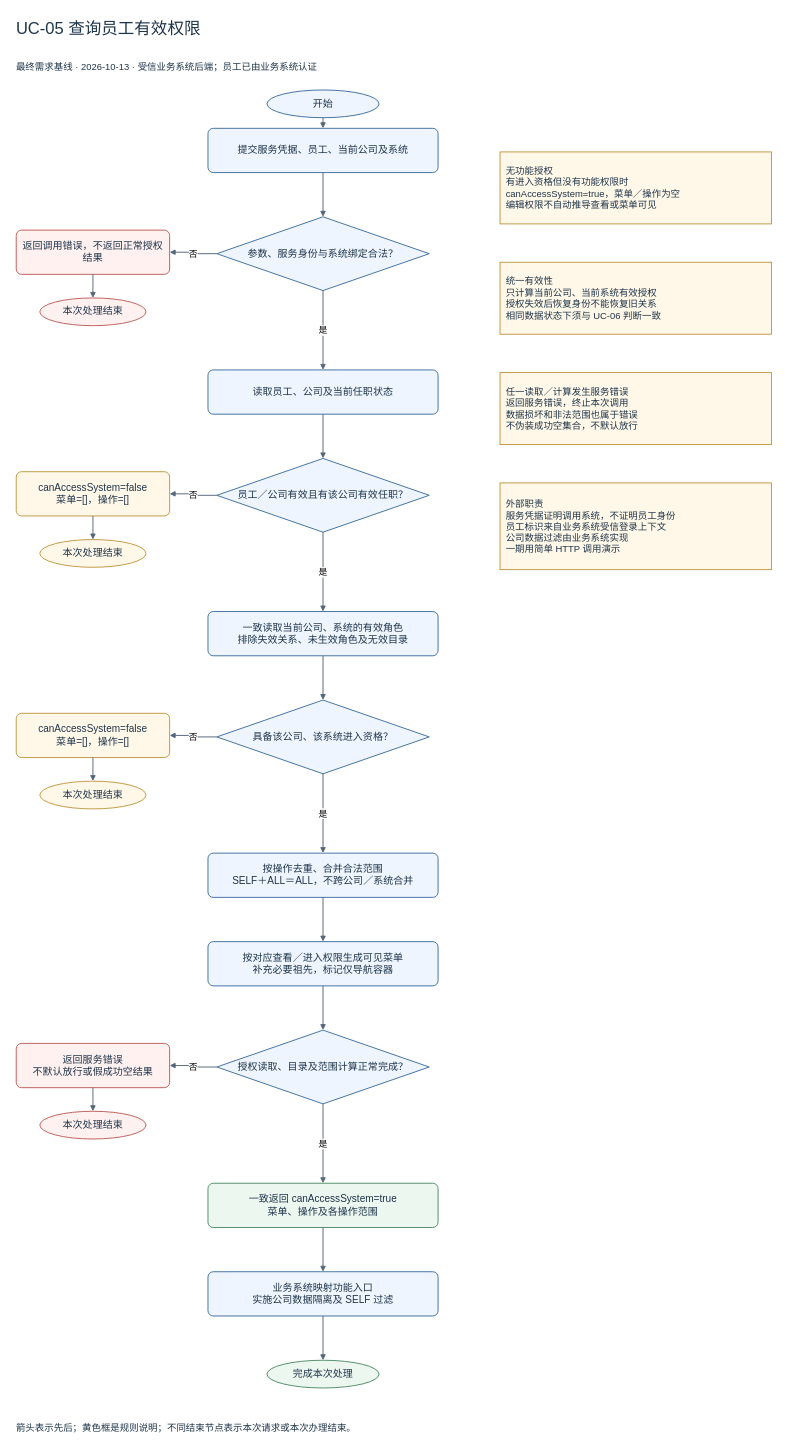
The draw.io diagram docs/按用例分类/UC-05_查询员工有效权限/UC-05_查询员工有效权限_流程图.drawio in Noah-hope/RBAC-admin, before the edit. Source tidied: cells renumbered, new cells numbered last; positions are measured from the earlier drawing's top-left corner, leaving out a move shared by most shapes. Both pictures are drawn from the tidied source at 59%, with x=0, y=0 at pixel (10, 10).
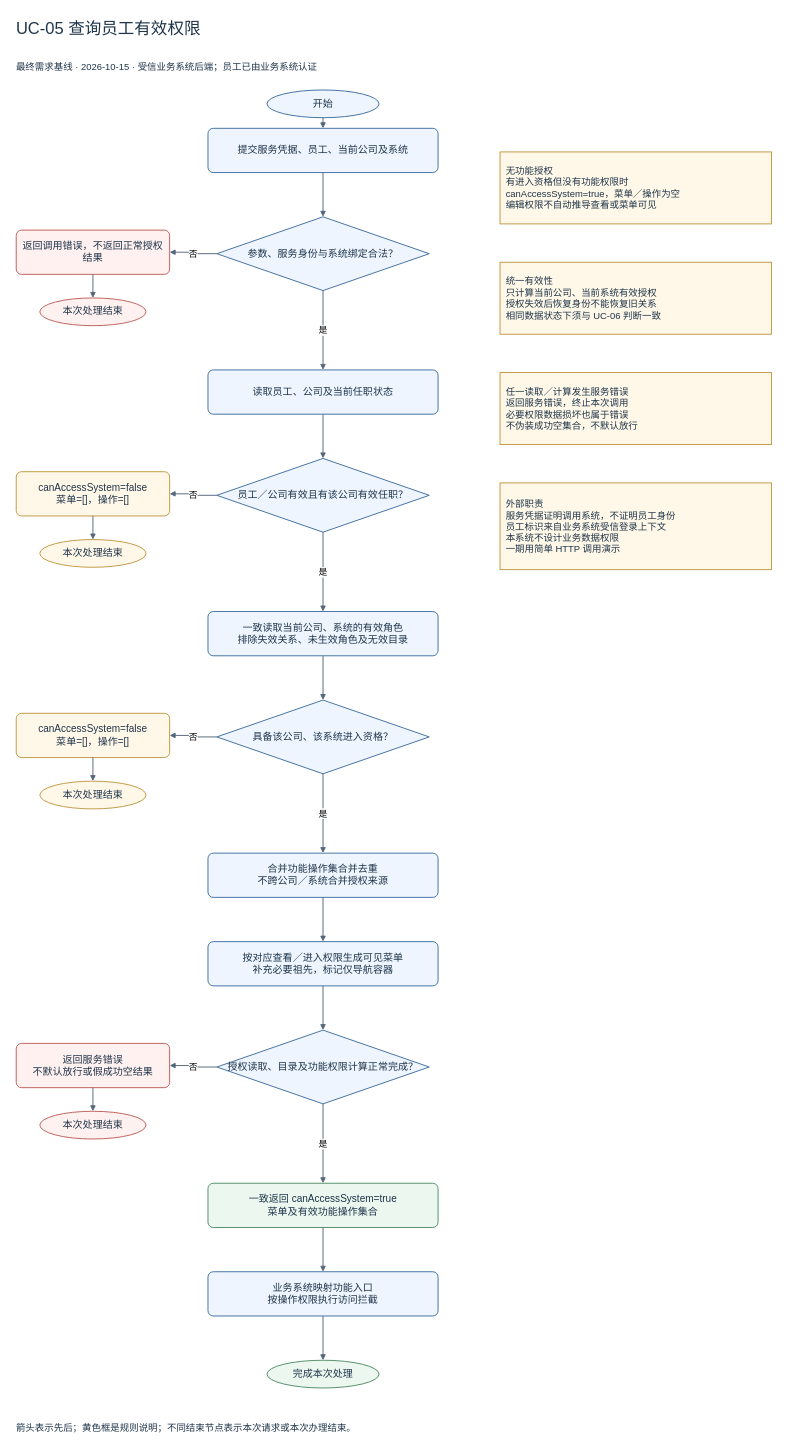
After the change.

Change to the diagram source:
```diff
@@
-    <mxCell id="3" value="最终需求基线 · 2026-10-13 · 受信业务系统后端；员工已由业务系统认证" style="text;html=1;whiteSpace=wrap;fontFamily=Microsoft YaHei;fontSize=17;fontColor=#1e3449;align=center;verticalAlign=middle;spacing=10;fillColor=#eef5ff;strokeColor=#32649a;strokeWidth=1.5;fillColor=none;strokeColor=none;align=left;fontSize=16;" parent="1" vertex="1">
+    <mxCell id="3" value="最终需求基线 · 2026-10-15 · 受信业务系统后端；员工已由业务系统认证" style="text;html=1;whiteSpace=wrap;fontFamily=Microsoft YaHei;fontSize=17;fontColor=#1e3449;align=center;verticalAlign=middle;spacing=10;fillColor=#eef5ff;strokeColor=#32649a;strokeWidth=1.5;fillColor=none;strokeColor=none;align=left;fontSize=16;" parent="1" vertex="1">
       <mxGeometry y="70" width="1320" height="50" as="geometry" />
     </mxCell>
@@
-    <mxCell id="17" value="按操作去重、合并合法范围&lt;br&gt;SELF＋ALL＝ALL，不跨公司／系统合并" style="rounded=1;arcSize=12;html=1;whiteSpace=wrap;fontFamily=Microsoft YaHei;fontSize=17;fontColor=#1e3449;align=center;verticalAlign=middle;spacing=10;fillColor=#eef5ff;strokeColor=#32649a;strokeWidth=1.5;" parent="1" vertex="1">
+    <mxCell id="17" value="合并功能操作集合并去重&lt;br&gt;不跨公司／系统合并授权来源" style="rounded=1;arcSize=12;html=1;whiteSpace=wrap;fontFamily=Microsoft YaHei;fontSize=17;fontColor=#1e3449;align=center;verticalAlign=middle;spacing=10;fillColor=#eef5ff;strokeColor=#32649a;strokeWidth=1.5;" parent="1" vertex="1">
       <mxGeometry x="335" y="1428.5" width="390" height="75" as="geometry" />
     </mxCell>
@@
-    <mxCell id="19" value="授权读取、目录及范围计算正常完成？" style="rhombus;html=1;whiteSpace=wrap;fontFamily=Microsoft YaHei;fontSize=17;fontColor=#1e3449;align=center;verticalAlign=middle;spacing=10;fillColor=#eef5ff;strokeColor=#32649a;strokeWidth=1.5;" parent="1" vertex="1">
+    <mxCell id="19" value="授权读取、目录及功能权限计算正常完成？" style="rhombus;html=1;whiteSpace=wrap;fontFamily=Microsoft YaHei;fontSize=17;fontColor=#1e3449;align=center;verticalAlign=middle;spacing=10;fillColor=#eef5ff;strokeColor=#32649a;strokeWidth=1.5;" parent="1" vertex="1">
       <mxGeometry x="350" y="1728.5" width="360" height="125" as="geometry" />
     </mxCell>
@@
-    <mxCell id="22" value="一致返回 canAccessSystem=true&lt;br&gt;菜单、操作及各操作范围" style="rounded=1;arcSize=12;html=1;whiteSpace=wrap;fontFamily=Microsoft YaHei;fontSize=17;fontColor=#1e3449;align=center;verticalAlign=middle;spacing=10;fillColor=#ecf7ef;strokeColor=#44855e;strokeWidth=1.5;" parent="1" vertex="1">
+    <mxCell id="22" value="一致返回 canAccessSystem=true&lt;br&gt;菜单及有效功能操作集合" style="rounded=1;arcSize=12;html=1;whiteSpace=wrap;fontFamily=Microsoft YaHei;fontSize=17;fontColor=#1e3449;align=center;verticalAlign=middle;spacing=10;fillColor=#ecf7ef;strokeColor=#44855e;strokeWidth=1.5;" parent="1" vertex="1">
       <mxGeometry x="335" y="1988" width="390" height="75" as="geometry" />
     </mxCell>
-    <mxCell id="23" value="业务系统映射功能入口&lt;br&gt;实施公司数据隔离及 SELF 过滤" style="rounded=1;arcSize=12;html=1;whiteSpace=wrap;fontFamily=Microsoft YaHei;fontSize=17;fontColor=#1e3449;align=center;verticalAlign=middle;spacing=10;fillColor=#eef5ff;strokeColor=#32649a;strokeWidth=1.5;" parent="1" vertex="1">
+    <mxCell id="23" value="业务系统映射功能入口&lt;br&gt;按操作权限执行访问拦截" style="rounded=1;arcSize=12;html=1;whiteSpace=wrap;fontFamily=Microsoft YaHei;fontSize=17;fontColor=#1e3449;align=center;verticalAlign=middle;spacing=10;fillColor=#eef5ff;strokeColor=#32649a;strokeWidth=1.5;" parent="1" vertex="1">
       <mxGeometry x="335" y="2138" width="390" height="75" as="geometry" />
     </mxCell>
@@
-    <mxCell id="27" value="任一读取／计算发生服务错误&lt;br&gt;返回服务错误，终止本次调用&lt;br&gt;数据损坏和非法范围也属于错误&lt;br&gt;不伪装成功空集合，不默认放行" style="rounded=0;html=1;whiteSpace=wrap;fontFamily=Microsoft YaHei;fontSize=17;fontColor=#1e3449;align=center;verticalAlign=middle;spacing=10;fillColor=#fff8e8;strokeColor=#bc9036;strokeWidth=1.5;align=left;fontSize=16;" parent="1" vertex="1">
+    <mxCell id="27" value="任一读取／计算发生服务错误&lt;br&gt;返回服务错误，终止本次调用&lt;br&gt;必要权限数据损坏也属于错误&lt;br&gt;不伪装成功空集合，不默认放行" style="rounded=0;html=1;whiteSpace=wrap;fontFamily=Microsoft YaHei;fontSize=17;fontColor=#1e3449;align=center;verticalAlign=middle;spacing=10;fillColor=#fff8e8;strokeColor=#bc9036;strokeWidth=1.5;align=left;fontSize=16;" parent="1" vertex="1">
       <mxGeometry x="830" y="614" width="460" height="122" as="geometry" />
     </mxCell>
-    <mxCell id="28" value="外部职责&lt;br&gt;服务凭据证明调用系统，不证明员工身份&lt;br&gt;员工标识来自业务系统受信登录上下文&lt;br&gt;公司数据过滤由业务系统实现&lt;br&gt;一期用简单 HTTP 调用演示" style="rounded=0;html=1;whiteSpace=wrap;fontFamily=Microsoft YaHei;fontSize=17;fontColor=#1e3449;align=center;verticalAlign=middle;spacing=10;fillColor=#fff8e8;strokeColor=#bc9036;strokeWidth=1.5;align=left;fontSize=16;" parent="1" vertex="1">
+    <mxCell id="28" value="外部职责&lt;br&gt;服务凭据证明调用系统，不证明员工身份&lt;br&gt;员工标识来自业务系统受信登录上下文&lt;br&gt;本系统不设计业务数据权限&lt;br&gt;一期用简单 HTTP 调用演示" style="rounded=0;html=1;whiteSpace=wrap;fontFamily=Microsoft YaHei;fontSize=17;fontColor=#1e3449;align=center;verticalAlign=middle;spacing=10;fillColor=#fff8e8;strokeColor=#bc9036;strokeWidth=1.5;align=left;fontSize=16;" parent="1" vertex="1">
       <mxGeometry x="830" y="801" width="460" height="147" as="geometry" />
     </mxCell>
```
